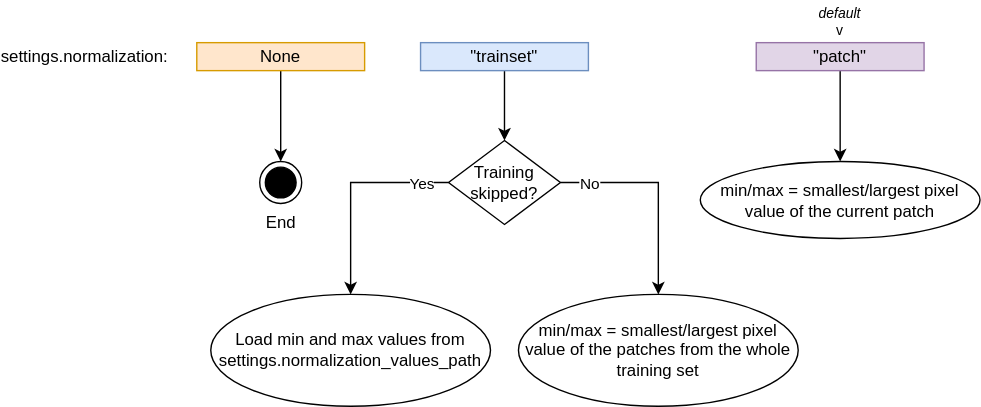
This is documentation/normalization.drawio.svg from 3it-inpaqt/dot-calibration-v2, a draw.io export, as it was before one commit. Source tidied: cells renumbered, new cells last; positions are measured from the earlier drawing's top-left corner, leaving out a move shared by most shapes. Its diagram source:
```xml
<mxGraphModel>
  <root>
    <mxCell id="0" />
    <mxCell id="1" parent="0" />
    <mxCell id="2" style="edgeStyle=orthogonalEdgeStyle;rounded=0;jettySize=auto;html=1;" parent="1" edge="1" source="3" target="14">
      <mxGeometry relative="1" as="geometry" />
    </mxCell>
    <mxCell id="3" value="None" style="rounded=0;whiteSpace=wrap;html=1;fillColor=#ffe6cc;strokeColor=#d79b00;" parent="1" vertex="1">
      <mxGeometry x="140" y="30" width="120" height="20" as="geometry" />
    </mxCell>
    <mxCell id="4" value="settings.normalization:" style="text;html=1;strokeColor=none;fillColor=none;align=center;verticalAlign=middle;whiteSpace=wrap;rounded=0;" parent="1" vertex="1">
      <mxGeometry y="30" width="120" height="20" as="geometry" />
    </mxCell>
    <mxCell id="5" style="edgeStyle=orthogonalEdgeStyle;rounded=0;jettySize=auto;html=1;" parent="1" edge="1" source="6" target="13">
      <mxGeometry relative="1" as="geometry" />
    </mxCell>
    <mxCell id="6" value="&quot;trainset&quot;" style="rounded=0;whiteSpace=wrap;html=1;fillColor=#dae8fc;strokeColor=#6c8ebf;" parent="1" vertex="1">
      <mxGeometry x="300" y="30" width="120" height="20" as="geometry" />
    </mxCell>
    <mxCell id="7" style="edgeStyle=orthogonalEdgeStyle;rounded=0;jettySize=auto;html=1;" parent="1" edge="1" source="8" target="17">
      <mxGeometry relative="1" as="geometry" />
    </mxCell>
    <mxCell id="8" value="&quot;patch&quot;" style="rounded=0;whiteSpace=wrap;html=1;fillColor=#e1d5e7;strokeColor=#9673a6;" parent="1" vertex="1">
      <mxGeometry x="540" y="30" width="120" height="20" as="geometry" />
    </mxCell>
    <mxCell id="9" style="edgeStyle=orthogonalEdgeStyle;rounded=0;jettySize=auto;html=1;exitX=0;exitY=0.5;exitDx=0;exitDy=0;" parent="1" edge="1" source="13" target="15">
      <mxGeometry relative="1" as="geometry" />
    </mxCell>
    <mxCell id="10" value="Yes" style="edgeLabel;html=1;align=center;verticalAlign=middle;" parent="9" vertex="1">
      <mxGeometry x="-0.6" relative="1" as="geometry">
        <mxPoint x="10" as="offset" />
      </mxGeometry>
    </mxCell>
    <mxCell id="11" style="edgeStyle=orthogonalEdgeStyle;rounded=0;jettySize=auto;html=1;exitX=1;exitY=0.5;exitDx=0;exitDy=0;" parent="1" edge="1" source="13" target="16">
      <mxGeometry relative="1" as="geometry" />
    </mxCell>
    <mxCell id="12" value="No" style="edgeLabel;html=1;align=center;verticalAlign=middle;" parent="11" vertex="1">
      <mxGeometry x="-0.77" y="-1" relative="1" as="geometry">
        <mxPoint x="3" y="-1" as="offset" />
      </mxGeometry>
    </mxCell>
    <mxCell id="13" value="Training skipped?" style="shape=rhombus;perimeter=rhombusPerimeter;whiteSpace=wrap;html=1;align=center;" parent="1" vertex="1">
      <mxGeometry x="320" y="100" width="80" height="60" as="geometry" />
    </mxCell>
    <mxCell id="14" value="End" style="ellipse;html=1;shape=endState;fillColor=#000000;strokeColor=#000000;labelPosition=center;verticalLabelPosition=bottom;align=center;verticalAlign=top;" parent="1" vertex="1">
      <mxGeometry x="185" y="115" width="30" height="30" as="geometry" />
    </mxCell>
    <mxCell id="15" value="Load min and max values from settings.normalization_values_path" style="ellipse;whiteSpace=wrap;html=1;" parent="1" vertex="1">
      <mxGeometry x="150" y="210" width="200" height="80" as="geometry" />
    </mxCell>
    <mxCell id="16" value="min/max = smallest/largest pixel value of the patches from the whole training set" style="ellipse;whiteSpace=wrap;html=1;" parent="1" vertex="1">
      <mxGeometry x="370" y="210" width="200" height="80" as="geometry" />
    </mxCell>
    <mxCell id="17" value="min/max = smallest/largest pixel value of the current patch" style="ellipse;whiteSpace=wrap;html=1;" parent="1" vertex="1">
      <mxGeometry x="500" y="115" width="200" height="55" as="geometry" />
    </mxCell>
    <mxCell id="18" value="&lt;div style=&quot;font-size: 10px;&quot;&gt;&lt;i style=&quot;font-size: 10px;&quot;&gt;default&lt;/i&gt;&lt;/div&gt;v" style="text;html=1;strokeColor=none;fillColor=none;align=center;verticalAlign=middle;whiteSpace=wrap;rounded=0;fontSize=10;spacing=2;" parent="1" vertex="1">
      <mxGeometry x="540" width="120" height="30" as="geometry" />
    </mxCell>
  </root>
</mxGraphModel>
```
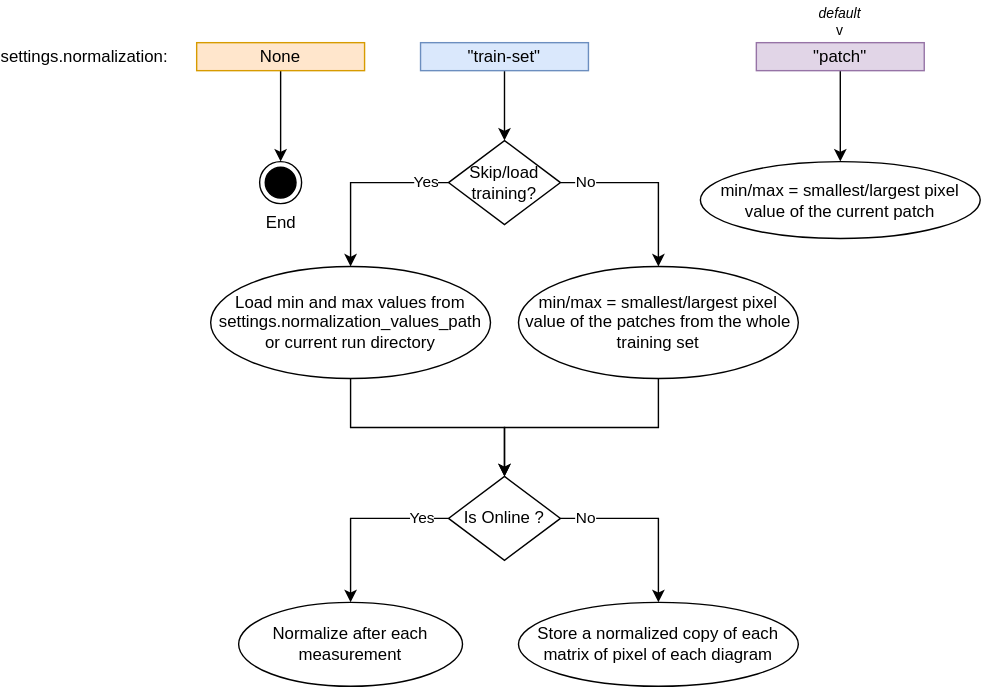
After the change.

Commit message:
Add patch normalization option

The edit, as a diff of the source:
```diff
@@ -14,7 +14,7 @@
     <mxCell id="5" style="edgeStyle=orthogonalEdgeStyle;rounded=0;jettySize=auto;html=1;" parent="1" edge="1" source="6" target="13">
       <mxGeometry relative="1" as="geometry" />
     </mxCell>
-    <mxCell id="6" value="&quot;trainset&quot;" style="rounded=0;whiteSpace=wrap;html=1;fillColor=#dae8fc;strokeColor=#6c8ebf;" parent="1" vertex="1">
+    <mxCell id="6" value="&quot;train-set&quot;" style="rounded=0;whiteSpace=wrap;html=1;fillColor=#dae8fc;strokeColor=#6c8ebf;" parent="1" vertex="1">
       <mxGeometry x="300" y="30" width="120" height="20" as="geometry" />
     </mxCell>
     <mxCell id="7" style="edgeStyle=orthogonalEdgeStyle;rounded=0;jettySize=auto;html=1;" parent="1" edge="1" source="8" target="17">
@@ -39,17 +39,23 @@
         <mxPoint x="3" y="-1" as="offset" />
       </mxGeometry>
     </mxCell>
-    <mxCell id="13" value="Training skipped?" style="shape=rhombus;perimeter=rhombusPerimeter;whiteSpace=wrap;html=1;align=center;" parent="1" vertex="1">
+    <mxCell id="13" value="Skip/load&lt;br&gt;training?" style="shape=rhombus;perimeter=rhombusPerimeter;whiteSpace=wrap;html=1;align=center;" parent="1" vertex="1">
       <mxGeometry x="320" y="100" width="80" height="60" as="geometry" />
     </mxCell>
     <mxCell id="14" value="End" style="ellipse;html=1;shape=endState;fillColor=#000000;strokeColor=#000000;labelPosition=center;verticalLabelPosition=bottom;align=center;verticalAlign=top;" parent="1" vertex="1">
       <mxGeometry x="185" y="115" width="30" height="30" as="geometry" />
     </mxCell>
+    <mxCell id="19" style="edgeStyle=orthogonalEdgeStyle;shape=connector;rounded=0;jettySize=auto;html=1;entryX=0.5;entryY=0;entryDx=0;entryDy=0;labelBackgroundColor=default;strokeColor=default;fontFamily=Helvetica;fontSize=11;fontColor=default;endArrow=classic;" parent="1" edge="1" source="15" target="25">
+      <mxGeometry relative="1" as="geometry" />
+    </mxCell>
-    <mxCell id="15" value="Load min and max values from settings.normalization_values_path" style="ellipse;whiteSpace=wrap;html=1;" parent="1" vertex="1">
-      <mxGeometry x="150" y="210" width="200" height="80" as="geometry" />
+    <mxCell id="15" value="Load min and max values from settings.normalization_values_path&lt;br&gt;or current run directory" style="ellipse;whiteSpace=wrap;html=1;" parent="1" vertex="1">
+      <mxGeometry x="150" y="190" width="200" height="80" as="geometry" />
     </mxCell>
+    <mxCell id="20" style="edgeStyle=orthogonalEdgeStyle;shape=connector;rounded=0;jettySize=auto;html=1;entryX=0.5;entryY=0;entryDx=0;entryDy=0;labelBackgroundColor=default;strokeColor=default;fontFamily=Helvetica;fontSize=11;fontColor=default;endArrow=classic;" parent="1" edge="1" source="16" target="25">
+      <mxGeometry relative="1" as="geometry" />
+    </mxCell>
     <mxCell id="16" value="min/max = smallest/largest pixel value of the patches from the whole training set" style="ellipse;whiteSpace=wrap;html=1;" parent="1" vertex="1">
-      <mxGeometry x="370" y="210" width="200" height="80" as="geometry" />
+      <mxGeometry x="370" y="190" width="200" height="80" as="geometry" />
     </mxCell>
     <mxCell id="17" value="min/max = smallest/largest pixel value of the current patch" style="ellipse;whiteSpace=wrap;html=1;" parent="1" vertex="1">
       <mxGeometry x="500" y="115" width="200" height="55" as="geometry" />
@@ -57,5 +63,28 @@
     <mxCell id="18" value="&lt;div style=&quot;font-size: 10px;&quot;&gt;&lt;i style=&quot;font-size: 10px;&quot;&gt;default&lt;/i&gt;&lt;/div&gt;v" style="text;html=1;strokeColor=none;fillColor=none;align=center;verticalAlign=middle;whiteSpace=wrap;rounded=0;fontSize=10;spacing=2;" parent="1" vertex="1">
       <mxGeometry x="540" width="120" height="30" as="geometry" />
     </mxCell>
+    <mxCell id="21" style="edgeStyle=orthogonalEdgeStyle;shape=connector;rounded=0;jettySize=auto;html=1;exitX=0;exitY=0.5;exitDx=0;exitDy=0;entryX=0.5;entryY=0;entryDx=0;entryDy=0;labelBackgroundColor=default;strokeColor=default;fontFamily=Helvetica;fontSize=11;fontColor=default;endArrow=classic;" parent="1" edge="1" source="25" target="26">
+      <mxGeometry relative="1" as="geometry" />
+    </mxCell>
+    <mxCell id="22" value="Yes" style="edgeLabel;html=1;align=center;verticalAlign=middle;fontSize=11;fontFamily=Helvetica;fontColor=default;" parent="21" vertex="1">
+      <mxGeometry x="-0.71" relative="1" as="geometry" />
+    </mxCell>
+    <mxCell id="23" style="edgeStyle=orthogonalEdgeStyle;shape=connector;rounded=0;jettySize=auto;html=1;exitX=1;exitY=0.5;exitDx=0;exitDy=0;entryX=0.5;entryY=0;entryDx=0;entryDy=0;labelBackgroundColor=default;strokeColor=default;fontFamily=Helvetica;fontSize=11;fontColor=default;endArrow=classic;" parent="1" edge="1" source="25" target="27">
+      <mxGeometry relative="1" as="geometry" />
+    </mxCell>
+    <mxCell id="24" value="No" style="edgeLabel;html=1;align=center;verticalAlign=middle;fontSize=11;fontFamily=Helvetica;fontColor=default;" parent="23" vertex="1">
+      <mxGeometry x="-0.73" relative="1" as="geometry">
+        <mxPoint x="1" as="offset" />
+      </mxGeometry>
+    </mxCell>
+    <mxCell id="25" value="Is Online ?" style="shape=rhombus;perimeter=rhombusPerimeter;whiteSpace=wrap;html=1;align=center;" parent="1" vertex="1">
+      <mxGeometry x="320" y="340" width="80" height="60" as="geometry" />
+    </mxCell>
+    <mxCell id="26" value="Normalize after each measurement" style="ellipse;whiteSpace=wrap;html=1;" parent="1" vertex="1">
+      <mxGeometry x="170" y="430" width="160" height="60" as="geometry" />
+    </mxCell>
+    <mxCell id="27" value="Store a normalized copy of each matrix of pixel of each diagram" style="ellipse;whiteSpace=wrap;html=1;" parent="1" vertex="1">
+      <mxGeometry x="370" y="430" width="200" height="60" as="geometry" />
+    </mxCell>
   </root>
 </mxGraphModel>
```
